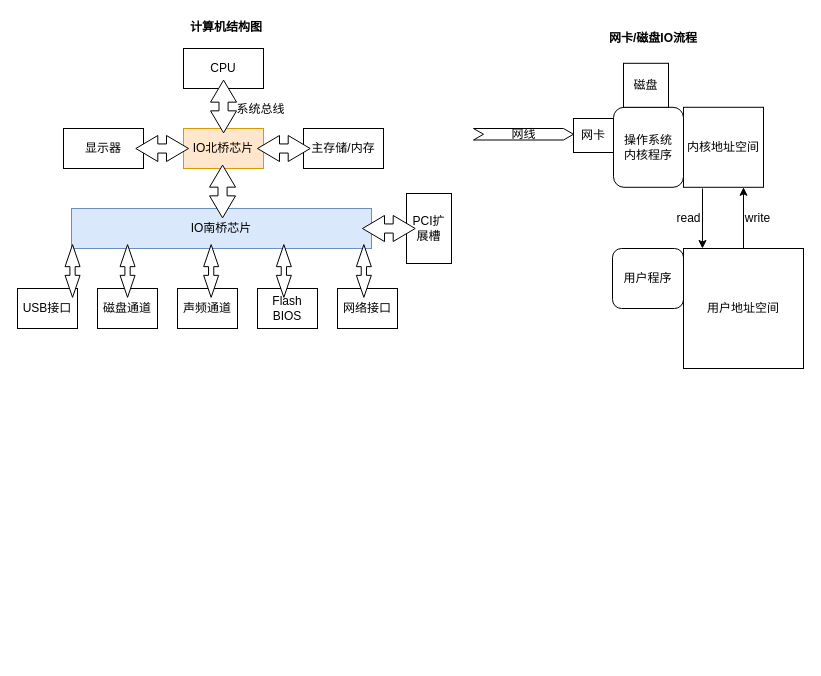
Earlier version of the draw.io diagram epoll.drawio (xuelei20/drawio). Source tidied: cells renumbered, new cells numbered last; positions are measured from the earlier drawing's top-left corner, leaving out a move shared by most shapes. Both pictures are drawn from the tidied source at 100%, with x=0, y=0 at pixel (17, 17).
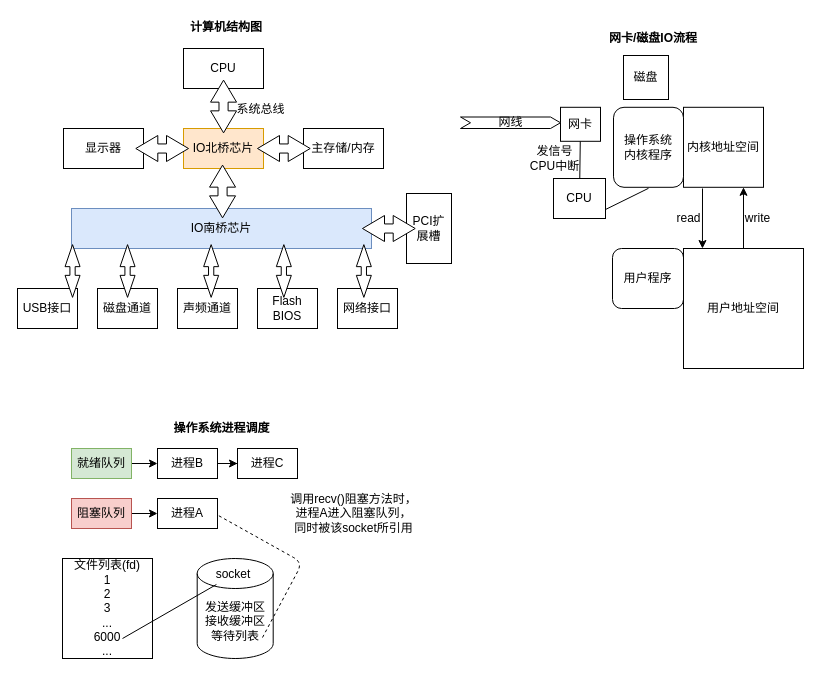
Above is the later version.

Commit message:
操作系统进程调度

The edit, as a diff of the source:
```diff
@@
     <mxCell id="26" value="网卡" style="rounded=0;whiteSpace=wrap;html=1;" parent="1" vertex="1">
-      <mxGeometry x="556" y="101" width="40" height="34" as="geometry" />
+      <mxGeometry x="543" y="89.8" width="40" height="34" as="geometry" />
     </mxCell>
     <mxCell id="27" value="网线" style="html=1;shadow=0;dashed=0;align=center;verticalAlign=middle;shape=mxgraph.arrows2.arrow;dy=0;dx=10;notch=10;" parent="1" vertex="1">
-      <mxGeometry x="456" y="111" width="100" height="11.5" as="geometry" />
+      <mxGeometry x="443" y="99.5" width="100" height="11.5" as="geometry" />
     </mxCell>
@@
     <mxCell id="30" value="磁盘" style="rounded=0;whiteSpace=wrap;html=1;" parent="1" vertex="1">
-      <mxGeometry x="606" y="45.8" width="45" height="44" as="geometry" />
+      <mxGeometry x="606" y="38" width="45" height="44" as="geometry" />
     </mxCell>
@@
+    <mxCell id="37" value="CPU" style="rounded=0;whiteSpace=wrap;html=1;" parent="1" vertex="1">
+      <mxGeometry x="536" y="161" width="52" height="40" as="geometry" />
+    </mxCell>
+    <mxCell id="38" style="endArrow=none;html=1;" parent="1" edge="1" source="37" target="26">
+      <mxGeometry relative="1" as="geometry" />
+    </mxCell>
+    <mxCell id="39" value="发信号&lt;br&gt;CPU中断" style="text;html=1;align=center;verticalAlign=middle;" parent="1" vertex="1">
+      <mxGeometry x="507" y="125.7" width="60" height="30" as="geometry" />
+    </mxCell>
+    <mxCell id="40" style="endArrow=none;html=1;entryX=0.5;entryY=1;entryDx=0;entryDy=0;exitX=1;exitY=0.75;exitDx=0;exitDy=0;" parent="1" edge="1">
+      <mxGeometry relative="1" as="geometry">
+        <mxPoint x="588" y="192" as="sourcePoint" />
+        <mxPoint x="631" y="170.8" as="targetPoint" />
+      </mxGeometry>
+    </mxCell>
+    <mxCell id="41" value="操作系统进程调度" style="text;html=1;align=center;verticalAlign=middle;fontStyle=1;" parent="1" vertex="1">
+      <mxGeometry x="149" y="401" width="110" height="20" as="geometry" />
+    </mxCell>
+    <mxCell id="42" style="edgeStyle=orthogonalEdgeStyle;rounded=0;jettySize=auto;html=1;entryX=0;entryY=0.5;entryDx=0;entryDy=0;" parent="1" edge="1" source="43">
+      <mxGeometry relative="1" as="geometry">
+        <mxPoint x="140" y="446" as="targetPoint" />
+      </mxGeometry>
+    </mxCell>
+    <mxCell id="43" value="就绪队列" style="whiteSpace=wrap;html=1;fillColor=#d5e8d4;strokeColor=#82b366;" parent="1" vertex="1">
+      <mxGeometry x="54" y="431" width="60" height="30" as="geometry" />
+    </mxCell>
+    <mxCell id="44" style="edgeStyle=orthogonalEdgeStyle;rounded=0;jettySize=auto;html=1;" parent="1" edge="1" source="45" target="46">
+      <mxGeometry relative="1" as="geometry" />
+    </mxCell>
+    <mxCell id="45" value="进程B" style="whiteSpace=wrap;html=1;" parent="1" vertex="1">
+      <mxGeometry x="140" y="431" width="60" height="30" as="geometry" />
+    </mxCell>
+    <mxCell id="46" value="进程C" style="whiteSpace=wrap;html=1;" parent="1" vertex="1">
+      <mxGeometry x="220" y="431" width="60" height="30" as="geometry" />
+    </mxCell>
+    <mxCell id="47" style="edgeStyle=orthogonalEdgeStyle;rounded=0;jettySize=auto;html=1;entryX=0;entryY=0.5;entryDx=0;entryDy=0;" parent="1" edge="1" source="48" target="49">
+      <mxGeometry relative="1" as="geometry" />
+    </mxCell>
+    <mxCell id="48" value="阻塞队列" style="whiteSpace=wrap;html=1;fillColor=#f8cecc;strokeColor=#b85450;" parent="1" vertex="1">
+      <mxGeometry x="54" y="481" width="60" height="30" as="geometry" />
+    </mxCell>
+    <mxCell id="49" value="进程A" style="whiteSpace=wrap;html=1;" parent="1" vertex="1">
+      <mxGeometry x="140" y="481" width="60" height="30" as="geometry" />
+    </mxCell>
+    <mxCell id="50" value="文件列表(fd)&lt;br&gt;1&lt;br&gt;2&lt;br&gt;3&lt;br&gt;...&lt;br&gt;6000&lt;br&gt;..." style="whiteSpace=wrap;html=1;" parent="1" vertex="1">
+      <mxGeometry x="45" y="541" width="90" height="100" as="geometry" />
+    </mxCell>
+    <mxCell id="51" value="发送缓冲区&lt;br&gt;接收缓冲区&lt;br&gt;等待列表" style="shape=cylinder3;whiteSpace=wrap;html=1;boundedLbl=1;backgroundOutline=1;size=15;align=center;" parent="1" vertex="1">
+      <mxGeometry x="179.7" y="541" width="76" height="100" as="geometry" />
+    </mxCell>
+    <mxCell id="52" style="endArrow=none;dashed=1;html=1;entryX=1;entryY=0.75;entryDx=0;entryDy=0;" parent="1" edge="1">
+      <mxGeometry relative="1" as="geometry">
+        <mxPoint x="245" y="620" as="sourcePoint" />
+        <mxPoint x="200" y="497.5" as="targetPoint" />
+        <Array as="points">
+          <mxPoint x="285" y="545" />
+        </Array>
+      </mxGeometry>
+    </mxCell>
+    <mxCell id="53" value="socket" style="text;html=1;strokeColor=none;fillColor=none;align=center;verticalAlign=middle;whiteSpace=wrap;rounded=0;" parent="1" vertex="1">
+      <mxGeometry x="196.3" y="547" width="40" height="20" as="geometry" />
+    </mxCell>
+    <mxCell id="54" style="endArrow=none;html=1;exitX=0.667;exitY=0.8;exitDx=0;exitDy=0;exitPerimeter=0;" parent="1" edge="1" source="50" target="53">
+      <mxGeometry relative="1" as="geometry" />
+    </mxCell>
+    <mxCell id="55" value="调用recv()阻塞方法时，&lt;br&gt;进程A进入阻塞队列，&lt;br&gt;同时被该socket所引用" style="text;html=1;align=center;verticalAlign=middle;" parent="1" vertex="1">
+      <mxGeometry x="266" y="471" width="140" height="50" as="geometry" />
+    </mxCell>
```
